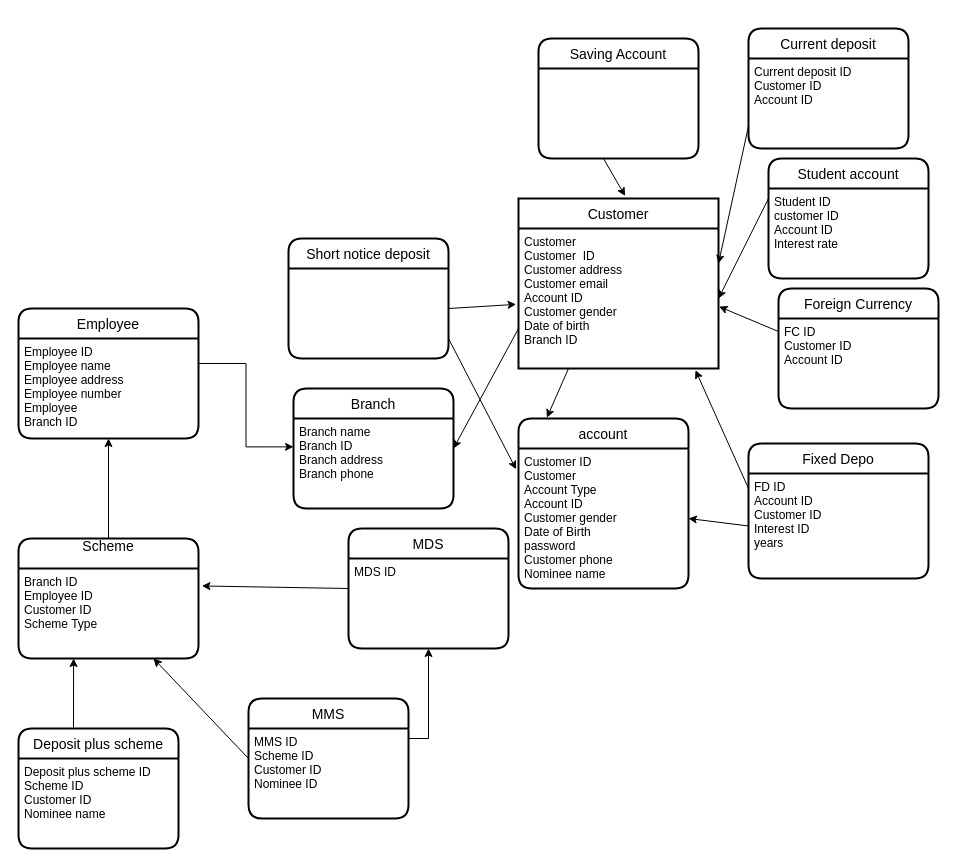
This is Untitled Diagram.drawio from khalid586/DBMS-project, a draw.io file, before an edit. Source tidied: cells renumbered, new cells numbered last; positions are measured from the earlier drawing's top-left corner, leaving out a move shared by most shapes. Both pictures are drawn from the tidied source at 100%, with x=0, y=0 at pixel (18, 28).
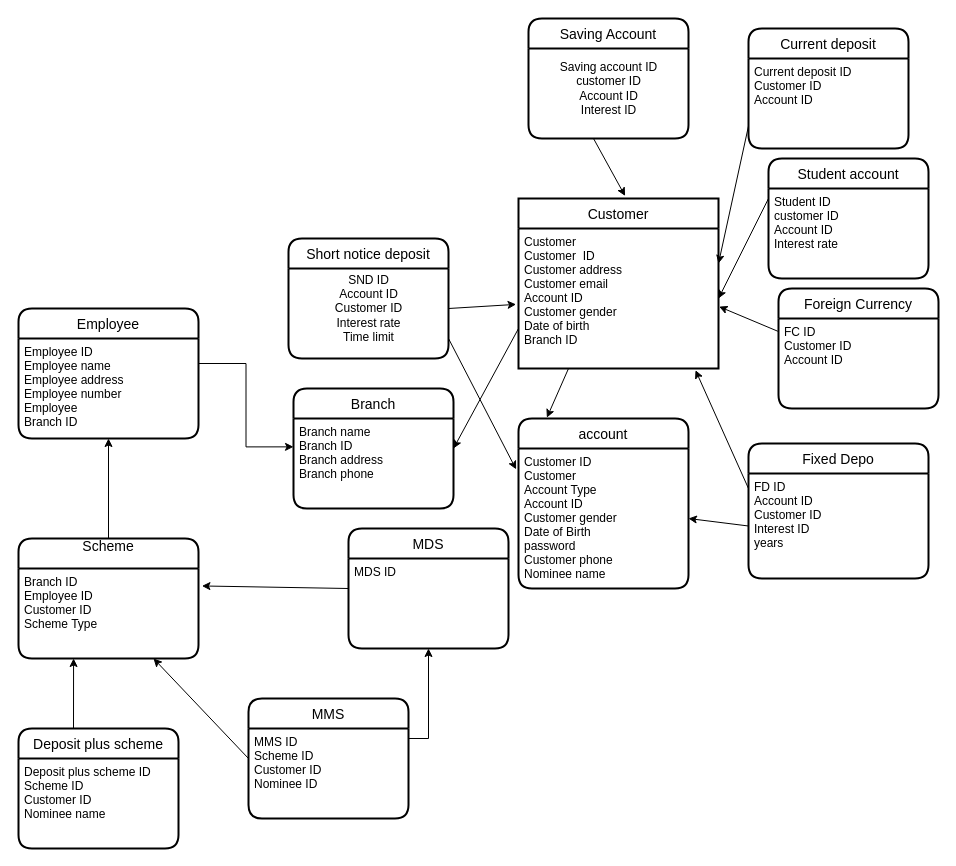
After the change.

What changed in the source:
```diff
@@
     <mxCell id="30" value="Saving Account" style="swimlane;horizontal=1;startSize=30;rounded=1;fontSize=14;fontStyle=0;strokeWidth=2;shadow=0;dashed=0;align=center;" parent="1" vertex="1">
-      <mxGeometry x="520" y="10" width="160" height="120" as="geometry" />
+      <mxGeometry x="510" y="-10" width="160" height="120" as="geometry" />
     </mxCell>
@@
+    <mxCell id="44" value="SND ID&lt;br&gt;Account ID&lt;br&gt;Customer ID&lt;br&gt;Interest rate&lt;br&gt;Time limit" style="text;html=1;align=center;verticalAlign=middle;strokeColor=none;fillColor=none;" parent="1" vertex="1">
+      <mxGeometry x="305" y="235" width="90" height="90" as="geometry" />
+    </mxCell>
+    <mxCell id="45" value="Saving account ID&lt;br&gt;customer ID&lt;br&gt;Account ID&lt;br&gt;Interest ID" style="text;html=1;align=center;verticalAlign=middle;strokeColor=none;fillColor=none;" parent="1" vertex="1">
+      <mxGeometry x="530" y="25" width="120" height="70" as="geometry" />
+    </mxCell>
```
